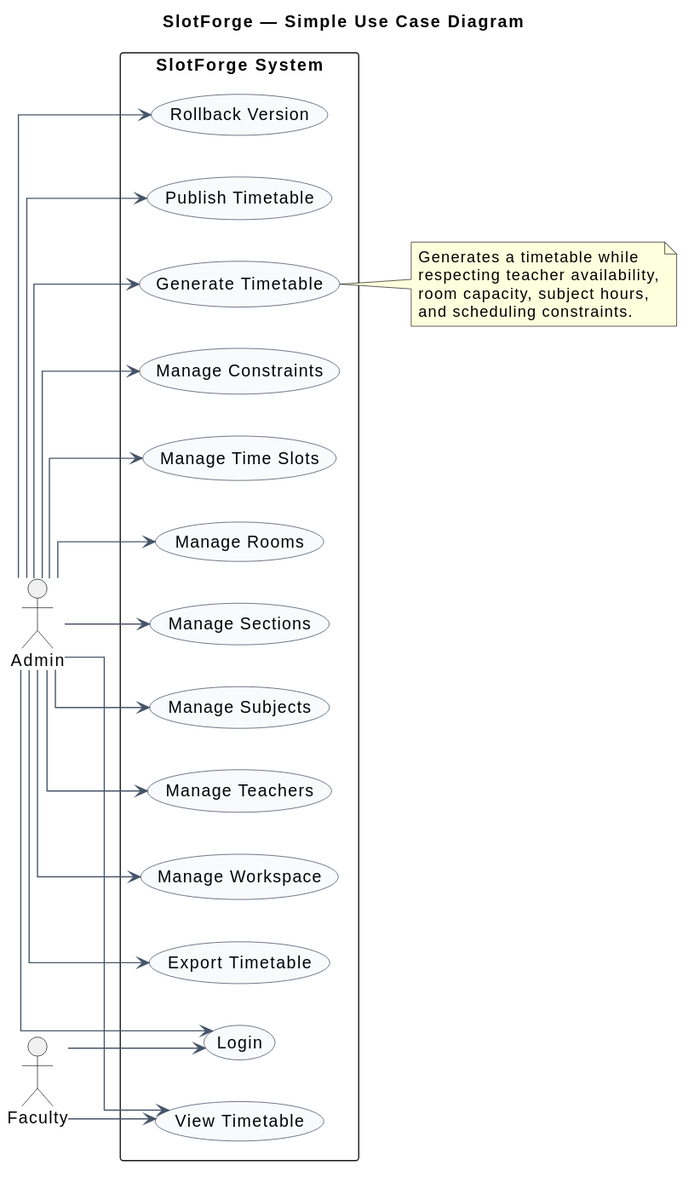
Before: docs/uml/v2/usecase-diagram.svg, a diagram exported from PlantUML (revanthlol/SlotForge). Source of this version:
```plantuml
@startuml
title SlotForge — Simple Use Case Diagram

left to right direction

skinparam shadowing false
skinparam packageStyle rectangle
skinparam linetype ortho
skinparam ArrowColor #475569
skinparam usecase {
  BackgroundColor #F8FAFC
  BorderColor #334155
}

actor "Admin" as Admin
actor "Faculty" as Faculty

rectangle "SlotForge System" {

usecase "Login" as UC1
usecase "Manage Workspace" as UC2

usecase "Manage Teachers" as UC3
usecase "Manage Subjects" as UC4
usecase "Manage Sections" as UC5
usecase "Manage Rooms" as UC6
usecase "Manage Time Slots" as UC7
usecase "Manage Constraints" as UC8

usecase "Generate Timetable" as UC9
usecase "View Timetable" as UC10
usecase "Publish Timetable" as UC11
usecase "Rollback Version" as UC12
usecase "Export Timetable" as UC13

}

Admin --> UC1
Admin --> UC2
Admin --> UC3
Admin --> UC4
Admin --> UC5
Admin --> UC6
Admin --> UC7
Admin --> UC8
Admin --> UC9
Admin --> UC10
Admin --> UC11
Admin --> UC12
Admin --> UC13

Faculty --> UC1
Faculty --> UC10

note right of UC9
  Generates a timetable while
  respecting teacher availability,
  room capacity, subject hours,
  and scheduling constraints.
end note
@enduml
```
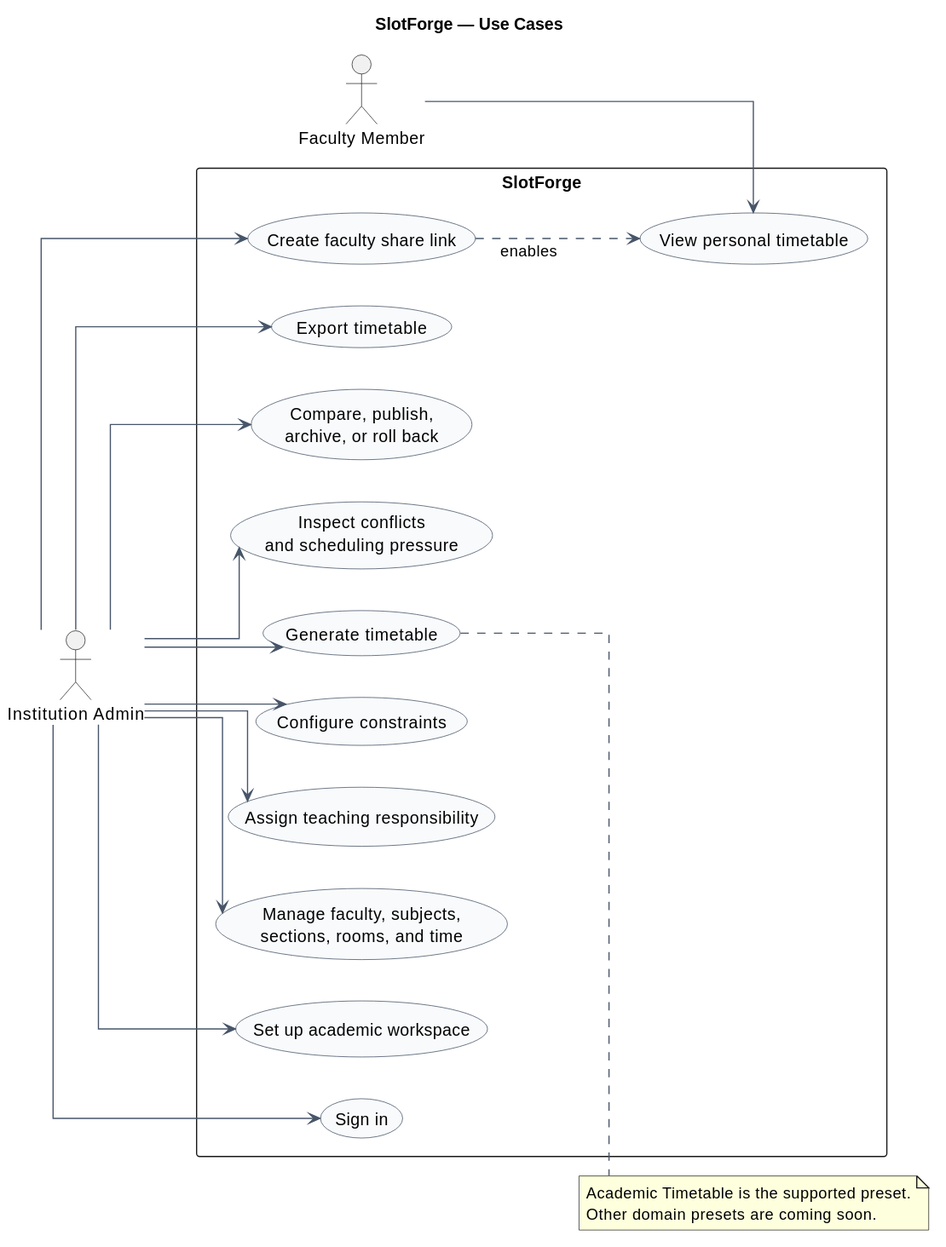
The same file after the commit.

The edit, as a diff of the source:
```diff
@@ -1,8 +1,6 @@
 @startuml
-title SlotForge — Simple Use Case Diagram
-
+title SlotForge — Use Cases
 left to right direction
-
 skinparam shadowing false
 skinparam packageStyle rectangle
 skinparam linetype ortho
@@ -12,50 +10,38 @@
   BorderColor #334155
 }
 
-actor "Admin" as Admin
-actor "Faculty" as Faculty
+actor "Institution Admin" as Admin
+actor "Faculty Member" as Faculty
 
-rectangle "SlotForge System" {
-
-usecase "Login" as UC1
-usecase "Manage Workspace" as UC2
-
-usecase "Manage Teachers" as UC3
-usecase "Manage Subjects" as UC4
-usecase "Manage Sections" as UC5
-usecase "Manage Rooms" as UC6
-usecase "Manage Time Slots" as UC7
-usecase "Manage Constraints" as UC8
-
-usecase "Generate Timetable" as UC9
-usecase "View Timetable" as UC10
-usecase "Publish Timetable" as UC11
-usecase "Rollback Version" as UC12
-usecase "Export Timetable" as UC13
-
+rectangle "SlotForge" {
+  usecase "Sign in" as Login
+  usecase "Set up academic workspace" as Setup
+  usecase "Manage faculty, subjects,\nsections, rooms, and time" as Manage
+  usecase "Assign teaching responsibility" as Assign
+  usecase "Configure constraints" as Rules
+  usecase "Generate timetable" as Generate
+  usecase "Inspect conflicts\nand scheduling pressure" as Inspect
+  usecase "Compare, publish,\narchive, or roll back" as Version
+  usecase "Export timetable" as Export
+  usecase "Create faculty share link" as Share
+  usecase "View personal timetable" as View
 }
 
-Admin --> UC1
-Admin --> UC2
-Admin --> UC3
-Admin --> UC4
-Admin --> UC5
-Admin --> UC6
-Admin --> UC7
-Admin --> UC8
-Admin --> UC9
-Admin --> UC10
-Admin --> UC11
-Admin --> UC12
-Admin --> UC13
+Admin --> Login
+Admin --> Setup
+Admin --> Manage
+Admin --> Assign
+Admin --> Rules
+Admin --> Generate
+Admin --> Inspect
+Admin --> Version
+Admin --> Export
+Admin --> Share
+Faculty --> View
+Share ..> View : enables
 
-Faculty --> UC1
-Faculty --> UC10
-
-note right of UC9
-  Generates a timetable while
-  respecting teacher availability,
-  room capacity, subject hours,
-  and scheduling constraints.
+note right of Generate
+  Academic Timetable is the supported preset.
+  Other domain presets are coming soon.
 end note
 @enduml
```
